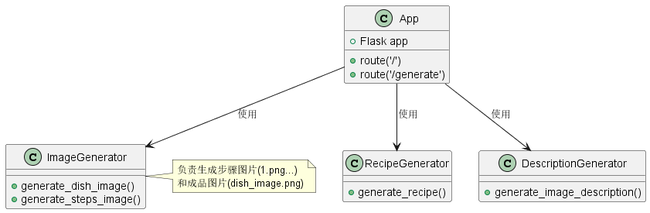
Above: app/documents/class.png in WuXiuyuansysu/se_homework (PlantUML), before the change. Its diagram source:
```plantuml
@startuml class
class App {
  +Flask app
  +route('/')
  +route('/generate')
}

class RecipeGenerator {
  +generate_recipe()
}

class ImageGenerator {
  +generate_dish_image()
  +generate_steps_image()
}

class DescriptionGenerator {
  +generate_image_description()
}

App --> RecipeGenerator : 使用
App --> ImageGenerator : 使用
App --> DescriptionGenerator : 使用

note right of ImageGenerator
  负责生成步骤图片(1.png...)
  和成品图片(dish_image.png)
end note
@enduml
```
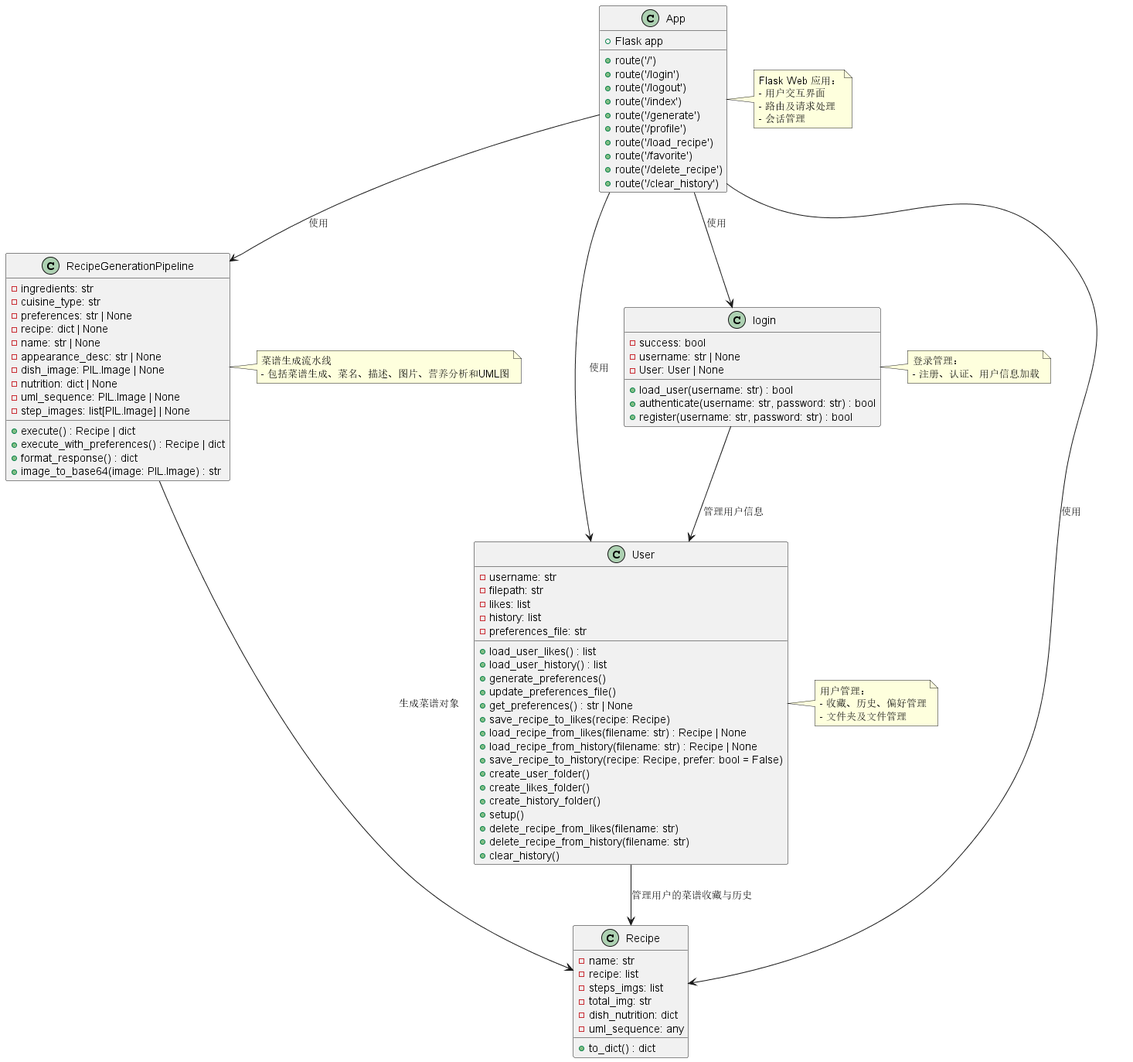
After the commit.

Diff of the diagram source:
```diff
@@ -1,29 +1,113 @@
 @startuml class
+
 class App {
   +Flask app
   +route('/')
+  +route('/login')
+  +route('/logout')
+  +route('/index')
   +route('/generate')
+  +route('/profile')
+  +route('/load_recipe')
+  +route('/favorite')
+  +route('/delete_recipe')
+  +route('/clear_history')
 }
 
-class RecipeGenerator {
-  +generate_recipe()
+class RecipeGenerationPipeline {
+  -ingredients: str
+  -cuisine_type: str
+  -preferences: str | None
+  -recipe: dict | None
+  -name: str | None
+  -appearance_desc: str | None
+  -dish_image: PIL.Image | None
+  -nutrition: dict | None
+  -uml_sequence: PIL.Image | None
+  -step_images: list[PIL.Image] | None
+
+  +execute() : Recipe | dict
+  +execute_with_preferences() : Recipe | dict
+  +format_response() : dict
+  +image_to_base64(image: PIL.Image) : str
 }
 
-class ImageGenerator {
-  +generate_dish_image()
-  +generate_steps_image()
+class User {
+  -username: str
+  -filepath: str
+  -likes: list
+  -history: list
+  -preferences_file: str
+
+  +load_user_likes() : list
+  +load_user_history() : list
+  +generate_preferences()
+  +update_preferences_file()
+  +get_preferences() : str | None
+  +save_recipe_to_likes(recipe: Recipe)
+  +load_recipe_from_likes(filename: str) : Recipe | None
+  +load_recipe_from_history(filename: str) : Recipe | None
+  +save_recipe_to_history(recipe: Recipe, prefer: bool = False)
+  +create_user_folder()
+  +create_likes_folder()
+  +create_history_folder()
+  +setup()
+  +delete_recipe_from_likes(filename: str)
+  +delete_recipe_from_history(filename: str)
+  +clear_history()
 }
 
-class DescriptionGenerator {
-  +generate_image_description()
+class Recipe {
+  -name: str
+  -recipe: list
+  -steps_imgs: list
+  -total_img: str
+  -dish_nutrition: dict
+  -uml_sequence: any
+
+  +to_dict() : dict
 }
 
-App --> RecipeGenerator : 使用
-App --> ImageGenerator : 使用
-App --> DescriptionGenerator : 使用
+class login {
+  -success: bool
+  -username: str | None
+  -User: User | None
 
-note right of ImageGenerator
-  负责生成步骤图片(1.png...)
-  和成品图片(dish_image.png)
+  +load_user(username: str) : bool
+  +authenticate(username: str, password: str) : bool
+  +register(username: str, password: str) : bool
+}
+
+App --> login : 使用
+App --> User : 使用
+App --> RecipeGenerationPipeline : 使用
+App --> Recipe : 使用
+
+RecipeGenerationPipeline --> Recipe : 生成菜谱对象
+User --> Recipe : 管理用户的菜谱收藏与历史
+login --> User : 管理用户信息
+
+note right of RecipeGenerationPipeline
+  菜谱生成流水线
+  - 包括菜谱生成、菜名、描述、图片、营养分析和UML图
 end note
+
+note right of User
+  用户管理：
+  - 收藏、历史、偏好管理
+  - 文件夹及文件管理
+end note
+
+note right of login
+  登录管理：
+  - 注册、认证、用户信息加载
+end note
+
+note right of App
+  Flask Web 应用：
+  - 用户交互界面
+  - 路由及请求处理
+  - 会话管理
+end note
+
 @enduml
```
